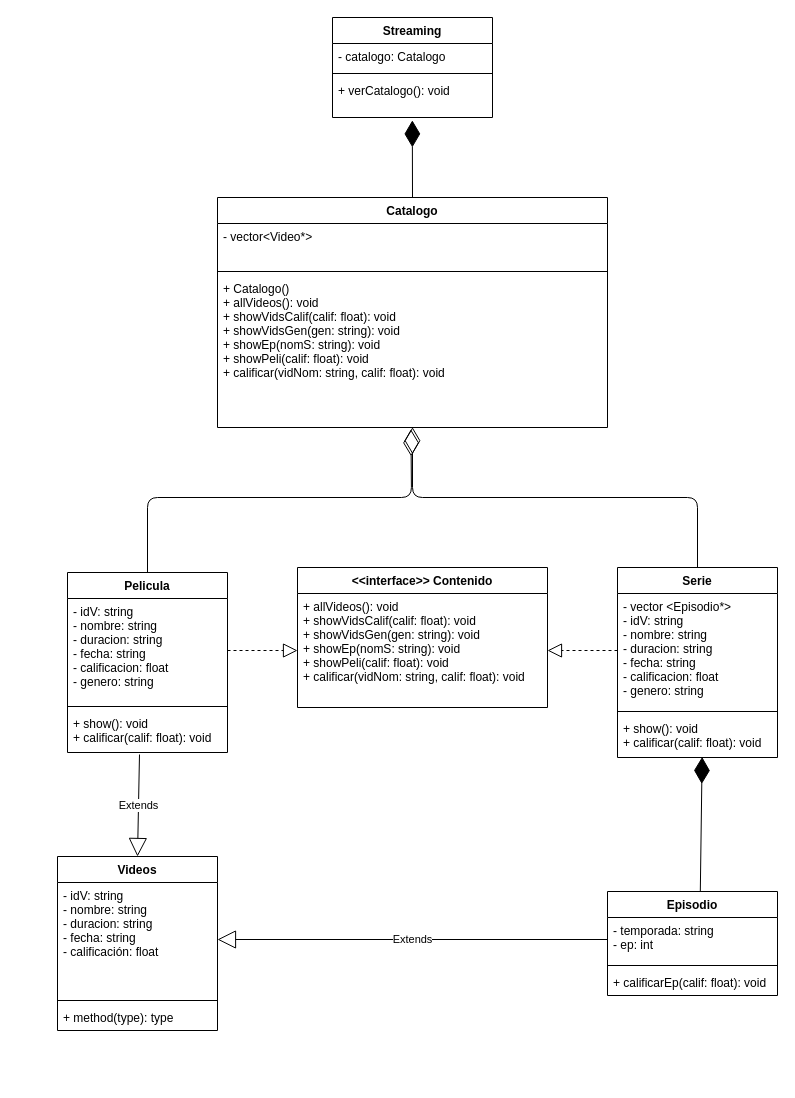
This is streaming 2.drawio from A01750658/proyecto_cpp, a draw.io file, before an edit. Source tidied: cells renumbered, new cells numbered last; positions are measured from the earlier drawing's top-left corner, leaving out a move shared by most shapes. Both pictures are drawn from the tidied source at 100%, with x=0, y=0 at pixel (57, 17).
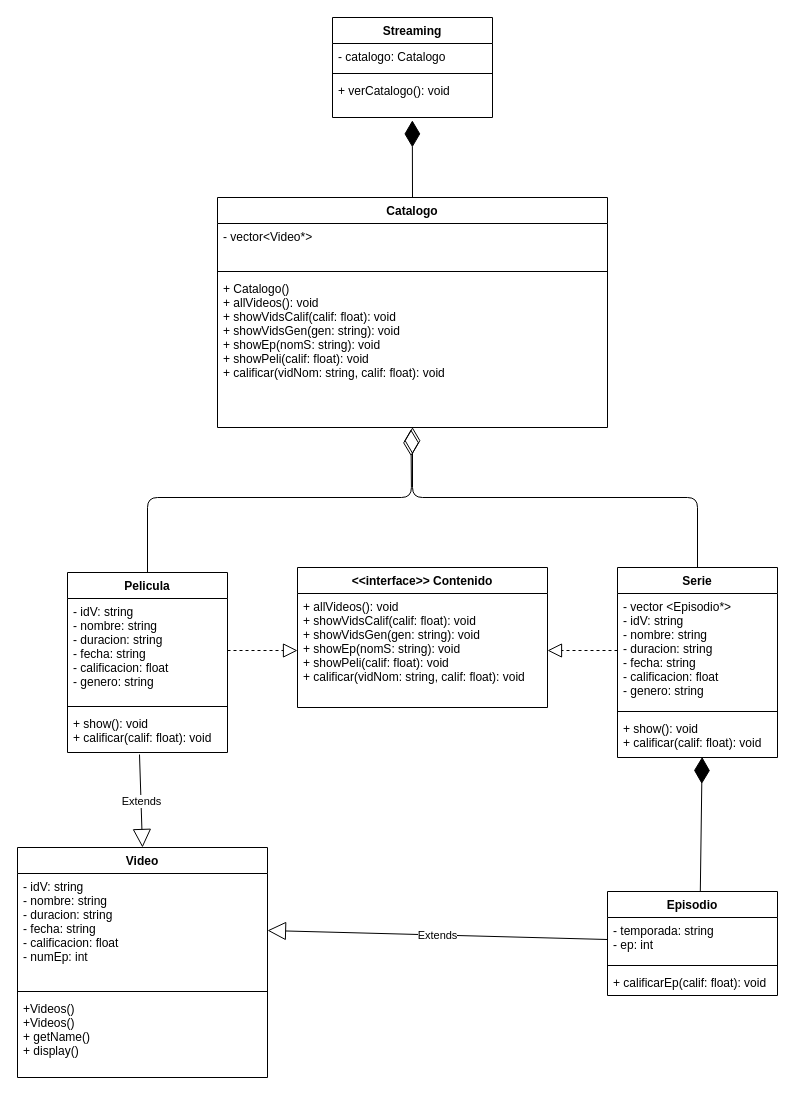
The same diagram, later.

Commit message:
yeet 1     modified:   contenido.h

What changed in the source:
```diff
@@
-    <mxCell id="26" value="Videos" style="swimlane;fontStyle=1;align=center;verticalAlign=top;horizontal=1;startSize=26;" parent="1" vertex="1">
-      <mxGeometry y="839" width="160" height="174" as="geometry" />
+    <mxCell id="26" value="Video" style="swimlane;fontStyle=1;align=center;verticalAlign=top;horizontal=1;startSize=26;" parent="1" vertex="1">
+      <mxGeometry x="-40" y="830" width="250" height="230" as="geometry" />
     </mxCell>
-    <mxCell id="27" value="- idV: string&#10;- nombre: string&#10;- duracion: string&#10;- fecha: string&#10;- calificación: float" style="text;strokeColor=none;fillColor=none;align=left;verticalAlign=top;spacingLeft=4;spacingRight=4;overflow=hidden;points=[[0,0.5],[1,0.5]];portConstraint=eastwest;" parent="26" vertex="1">
-      <mxGeometry y="26" width="160" height="114" as="geometry" />
+    <mxCell id="27" value="- idV: string&#10;- nombre: string&#10;- duracion: string&#10;- fecha: string&#10;- calificacion: float&#10;- numEp: int" style="text;strokeColor=none;fillColor=none;align=left;verticalAlign=top;spacingLeft=4;spacingRight=4;overflow=hidden;points=[[0,0.5],[1,0.5]];portConstraint=eastwest;" parent="26" vertex="1">
+      <mxGeometry y="26" width="250" height="114" as="geometry" />
     </mxCell>
     <mxCell id="28" style="line;strokeWidth=1;fillColor=none;align=left;verticalAlign=middle;spacingTop=-1;spacingLeft=3;spacingRight=3;labelPosition=right;strokeColor=inherit;" parent="26" vertex="1">
-      <mxGeometry y="140" width="160" height="8" as="geometry" />
+      <mxGeometry y="140" width="250" height="8" as="geometry" />
     </mxCell>
-    <mxCell id="29" value="+ method(type): type" style="text;strokeColor=none;fillColor=none;align=left;verticalAlign=top;spacingLeft=4;spacingRight=4;overflow=hidden;" parent="26" vertex="1">
-      <mxGeometry y="148" width="160" height="26" as="geometry" />
+    <mxCell id="29" value="+Videos()&#10;+Videos()&#10;+ getName()&#10;+ display()" style="text;strokeColor=none;fillColor=none;align=left;verticalAlign=top;spacingLeft=4;spacingRight=4;overflow=hidden;" parent="26" vertex="1">
+      <mxGeometry y="148" width="250" height="82" as="geometry" />
     </mxCell>
```
